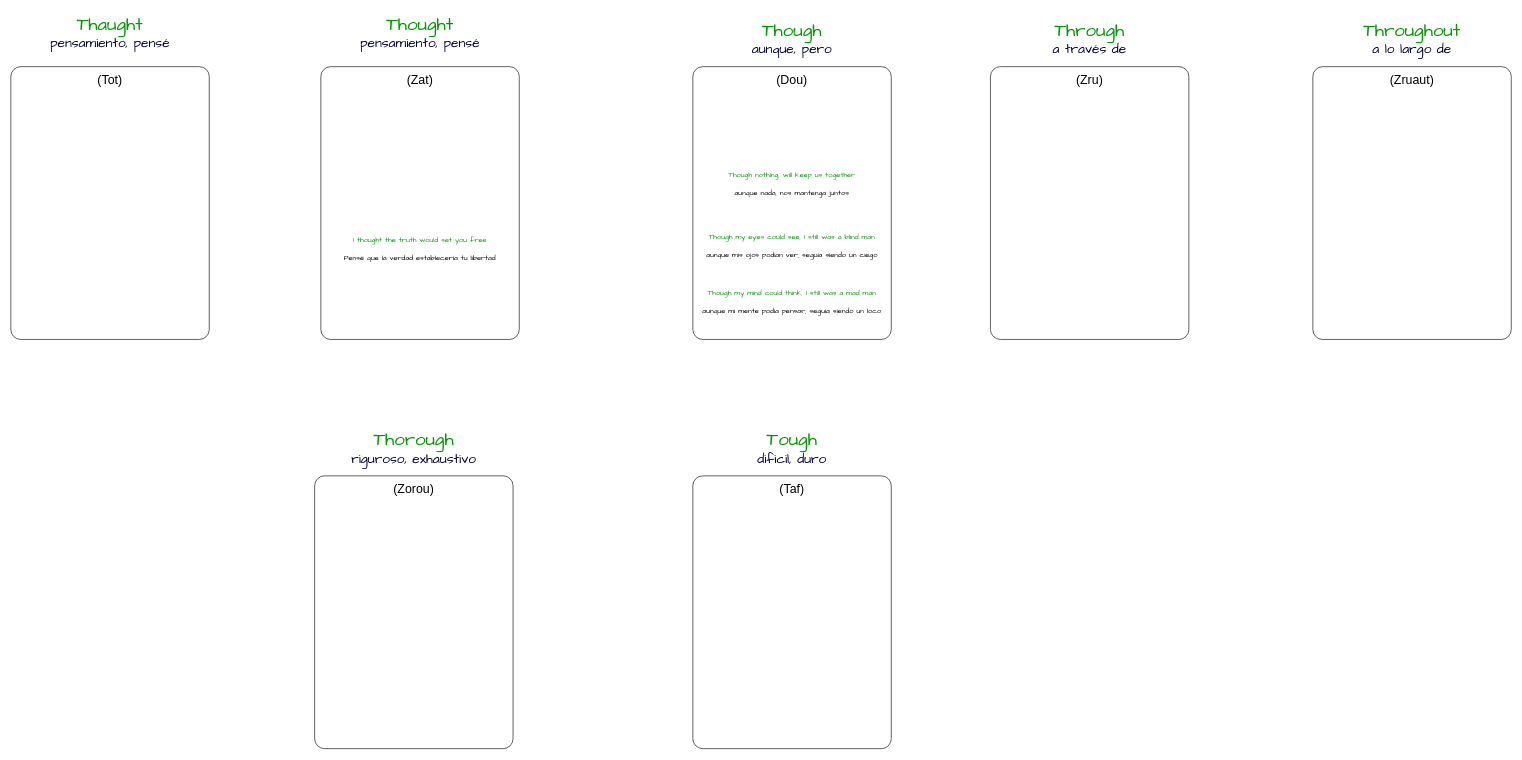
Earlier version of the draw.io diagram Tough Thought Though Through Throughout.drawio (FrancoJavierGadea/Ingles). Source tidied: cells renumbered, new cells numbered last; positions are measured from the earlier drawing's top-left corner, leaving out a move shared by most shapes. Both pictures are drawn from the tidied source at 62%, with x=0, y=0 at pixel (11, 11).
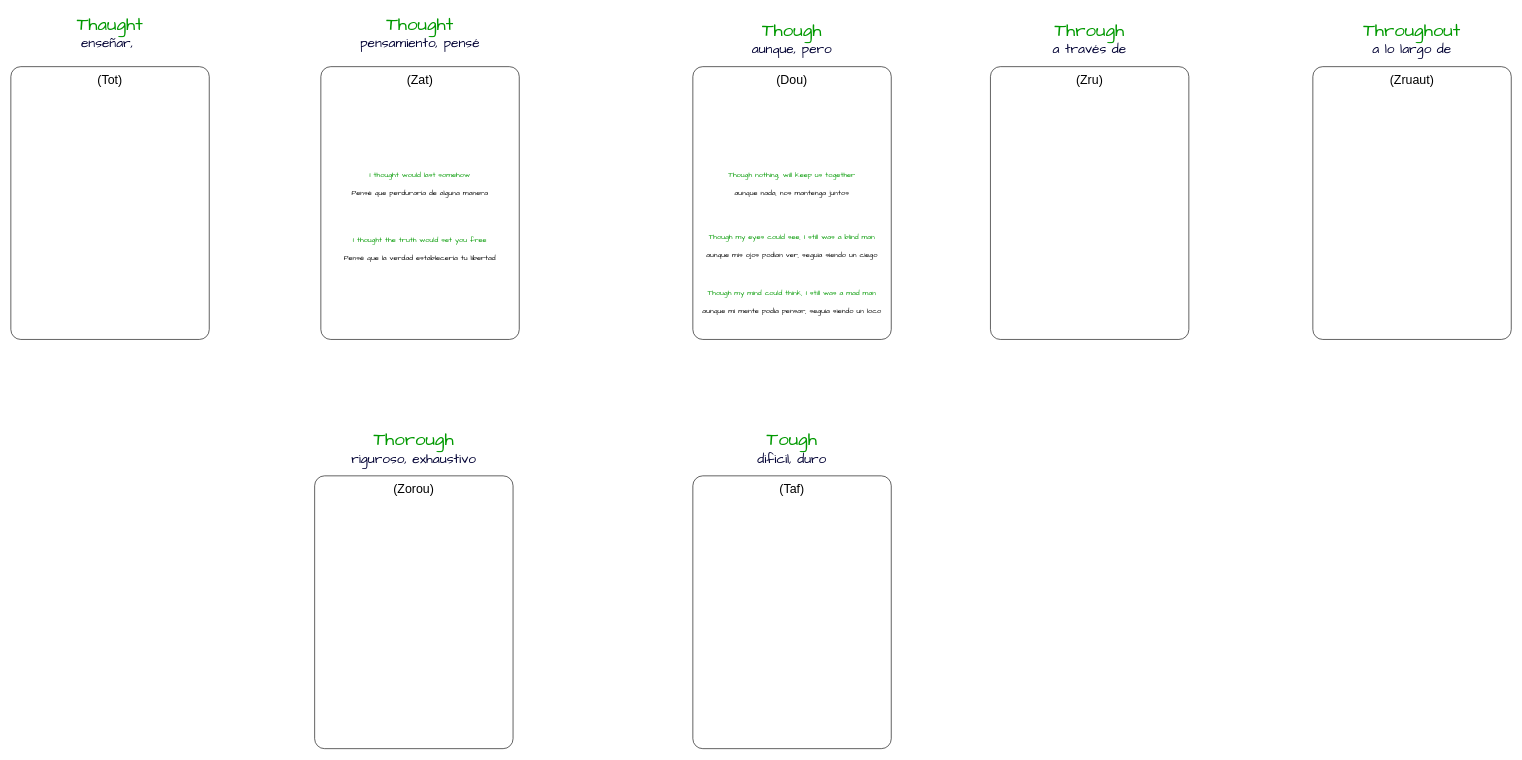
Above is the later version.

The edit, as a diff of the source:
```diff
@@
-    <mxCell id="25" value="&lt;font face=&quot;Comic Sans MS&quot; style=&quot;&quot;&gt;&lt;font style=&quot;font-size: 30px;&quot; color=&quot;#009900&quot;&gt;Thaught&lt;/font&gt;&lt;br&gt;&lt;font style=&quot;font-size: 22px;&quot; color=&quot;#000033&quot;&gt;pensamiento, pensé&lt;/font&gt;&lt;br&gt;&lt;/font&gt;" style="text;html=1;strokeColor=none;fillColor=none;align=center;verticalAlign=middle;whiteSpace=wrap;rounded=0;" parent="1" vertex="1">
+    <mxCell id="25" value="&lt;font face=&quot;Comic Sans MS&quot; style=&quot;&quot;&gt;&lt;font style=&quot;font-size: 30px;&quot; color=&quot;#009900&quot;&gt;Thaught&lt;/font&gt;&lt;br&gt;&lt;font style=&quot;font-size: 22px;&quot; color=&quot;#000033&quot;&gt;enseñar,&amp;nbsp;&lt;/font&gt;&lt;br&gt;&lt;/font&gt;" style="text;html=1;strokeColor=none;fillColor=none;align=center;verticalAlign=middle;whiteSpace=wrap;rounded=0;" parent="1" vertex="1">
       <mxGeometry width="320" height="70" as="geometry" />
     </mxCell>
@@
+    <mxCell id="27" value="&lt;font color=&quot;#009900&quot;&gt;I thought would last somehow&lt;br&gt;&lt;/font&gt;&lt;br&gt;Pensé que perduraría de alguna manera" style="text;html=1;strokeColor=none;fillColor=none;align=center;verticalAlign=middle;whiteSpace=wrap;rounded=0;fontFamily=Comic Sans MS;" parent="1" vertex="1">
+      <mxGeometry x="515" y="250" width="290" height="60" as="geometry" />
+    </mxCell>
```
